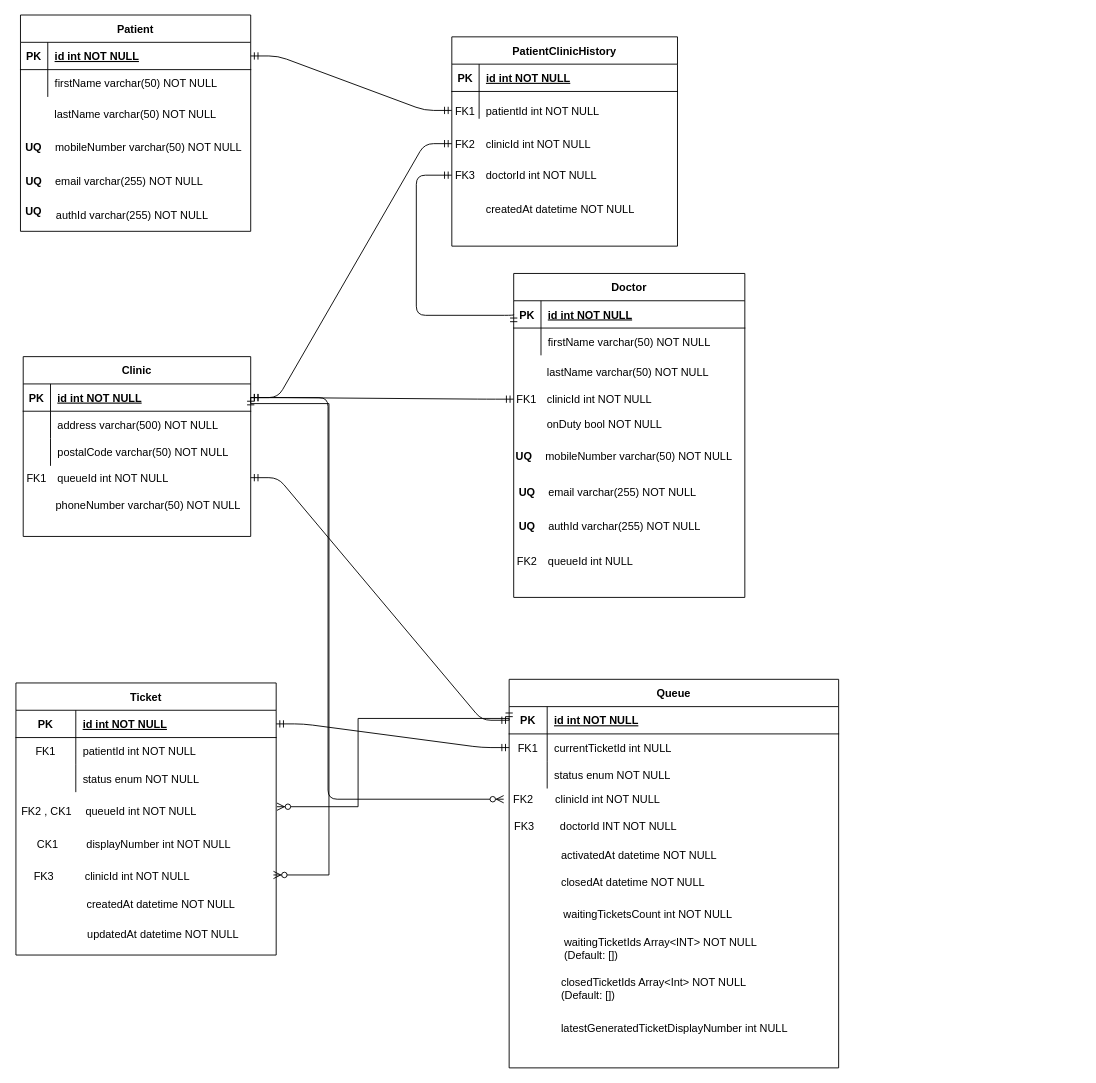
The draw.io diagram models.drawio in weewey/telemed-backend, before the edit. Source tidied: cells renumbered, new cells numbered last; positions are measured from the earlier drawing's top-left corner, leaving out a move shared by most shapes. Both pictures are drawn from the tidied source at 91%, with x=0, y=0 at pixel (15, 15).
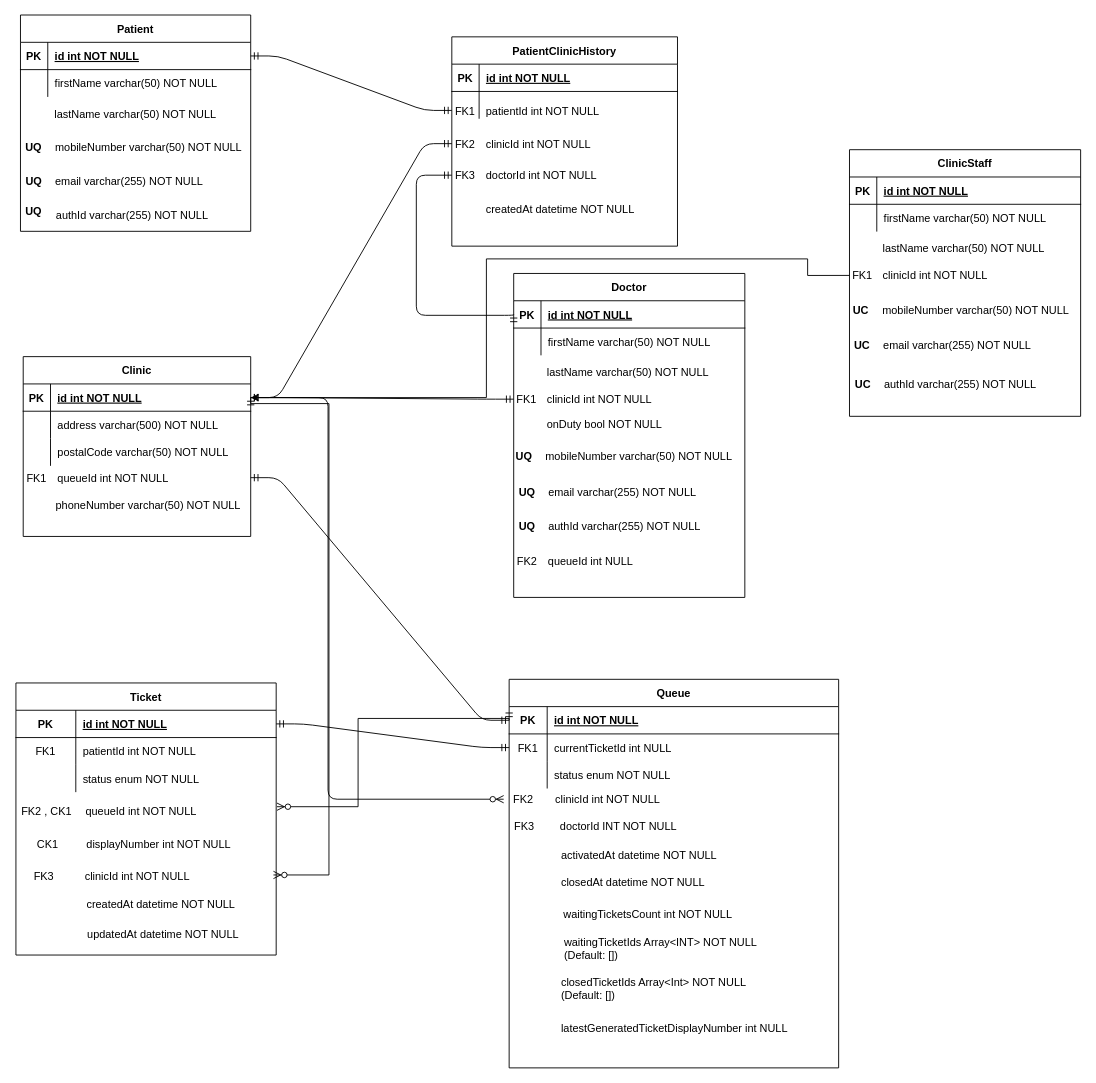
Above is the later version.

Commit message (it also covers changes not shown here):
update models diagram

The change refers to these unchanged cells:
```xml
<mxCell id="32" style="shape=partialRectangle;fillColor=none;points=[[0,0.5],[1,0.5]];portConstraint=eastwest;top=0;left=0;right=0;bottom=1;" parent="31" vertex="1">
  <mxGeometry y="30" width="250" height="30" as="geometry" />
</mxCell>
```

Diff of the diagram source:
```diff
@@
+    <mxCell id="156" style="group;" parent="1" vertex="1">
+      <mxGeometry x="917" y="148" width="255" height="417" as="geometry" />
+    </mxCell>
+    <mxCell id="157" value="ClinicStaff" style="shape=table;startSize=30;childLayout=tableLayout;rowLines=0;fontStyle=1;align=center;" parent="156" vertex="1">
+      <mxGeometry width="254" height="293" as="geometry" />
+    </mxCell>
+    <mxCell id="158" style="shape=partialRectangle;fillColor=none;top=0;left=0;right=0;bottom=1;" parent="157" vertex="1">
+      <mxGeometry y="30" width="254" height="30" as="geometry" />
+    </mxCell>
+    <mxCell id="159" value="PK" style="shape=partialRectangle;overflow=hidden;fillColor=none;top=0;left=0;bottom=0;right=0;fontStyle=1;" parent="158" vertex="1">
+      <mxGeometry width="30" height="30" as="geometry" />
+    </mxCell>
+    <mxCell id="160" value="id int NOT NULL " style="shape=partialRectangle;overflow=hidden;fillColor=none;top=0;left=0;bottom=0;right=0;align=left;spacingLeft=6;fontStyle=5;" parent="158" vertex="1">
+      <mxGeometry x="30" width="224" height="30" as="geometry" />
+    </mxCell>
+    <mxCell id="161" style="shape=partialRectangle;fillColor=none;top=0;left=0;right=0;bottom=0;" parent="157" vertex="1">
+      <mxGeometry y="60" width="254" height="30" as="geometry" />
+    </mxCell>
+    <mxCell id="162" style="shape=partialRectangle;overflow=hidden;fillColor=none;top=0;left=0;bottom=0;right=0;" parent="161" vertex="1">
+      <mxGeometry width="30" height="30" as="geometry" />
+    </mxCell>
+    <mxCell id="163" value="firstName varchar(50) NOT NULL" style="shape=partialRectangle;overflow=hidden;fillColor=none;top=0;left=0;bottom=0;right=0;align=left;spacingLeft=6;" parent="161" vertex="1">
+      <mxGeometry x="30" width="224" height="30" as="geometry" />
+    </mxCell>
+    <mxCell id="164" style="shape=partialRectangle;fillColor=none;top=0;left=0;right=0;bottom=0;" parent="156" vertex="1">
+      <mxGeometry y="202.5" width="250" height="54.7" as="geometry" />
+    </mxCell>
+    <mxCell id="165" style="shape=partialRectangle;overflow=hidden;fillColor=none;top=0;left=0;bottom=0;right=0;" parent="164" vertex="1">
+      <mxGeometry width="30" height="54.7" as="geometry" />
+    </mxCell>
+    <mxCell id="166" value="lastName varchar(50) NOT NULL" style="shape=partialRectangle;overflow=hidden;fillColor=none;top=0;left=0;bottom=0;right=0;align=left;spacingLeft=6;" parent="156" vertex="1">
+      <mxGeometry x="28.8" y="92" width="210.2" height="32.3" as="geometry" />
+    </mxCell>
+    <mxCell id="167" style="shape=partialRectangle;fillColor=none;points=[[0,0.5],[1,0.5]];portConstraint=eastwest;top=0;left=0;right=0;bottom=0;" parent="156" vertex="1">
+      <mxGeometry y="119.3" width="241" height="37.7" as="geometry" />
+    </mxCell>
+    <mxCell id="168" value="FK1" style="shape=partialRectangle;overflow=hidden;fillColor=none;top=0;left=0;bottom=0;right=0;" parent="167" vertex="1">
+      <mxGeometry width="28.9" height="37.7" as="geometry" />
+    </mxCell>
+    <mxCell id="169" value="clinicId int NOT NULL" style="shape=partialRectangle;overflow=hidden;fillColor=none;top=0;left=0;bottom=0;right=0;align=left;spacingLeft=6;" parent="167" vertex="1">
+      <mxGeometry x="28.9" width="212.1" height="37.7" as="geometry" />
+    </mxCell>
+    <mxCell id="170" style="group;" parent="156" vertex="1">
+      <mxGeometry x="-2.3" y="157" width="252.3" height="38" as="geometry" />
+    </mxCell>
+    <mxCell id="171" value="UC" style="shape=partialRectangle;overflow=hidden;fillColor=none;top=0;left=0;bottom=0;right=0;fontStyle=1;" parent="170" vertex="1">
+      <mxGeometry y="3.7" width="30" height="30.5" as="geometry" />
+    </mxCell>
+    <mxCell id="172" value="mobileNumber varchar(50) NOT NULL" style="shape=partialRectangle;overflow=hidden;fillColor=none;top=0;left=0;bottom=0;right=0;align=left;spacingLeft=6;" parent="170" vertex="1">
+      <mxGeometry x="30.7" width="221.6" height="38" as="geometry" />
+    </mxCell>
+    <mxCell id="173" style="group;" parent="156" vertex="1">
+      <mxGeometry x="-1" y="195" width="252" height="40" as="geometry" />
+    </mxCell>
+    <mxCell id="174" value="UC" style="shape=partialRectangle;overflow=hidden;fillColor=none;top=0;left=0;bottom=0;right=0;fontStyle=1;" parent="173" vertex="1">
+      <mxGeometry y="3.9" width="30" height="32.1" as="geometry" />
+    </mxCell>
+    <mxCell id="175" value="email varchar(255) NOT NULL" style="shape=partialRectangle;overflow=hidden;fillColor=none;top=0;left=0;bottom=0;right=0;align=left;spacingLeft=6;" parent="173" vertex="1">
+      <mxGeometry x="30.4" width="221.6" height="40" as="geometry" />
+    </mxCell>
+    <mxCell id="176" style="group;" parent="156" vertex="1">
+      <mxGeometry y="237" width="252" height="39.7" as="geometry" />
+    </mxCell>
+    <mxCell id="177" value="UC" style="shape=partialRectangle;overflow=hidden;fillColor=none;top=0;left=0;bottom=0;right=0;fontStyle=1;" parent="176" vertex="1">
+      <mxGeometry y="3.9" width="30" height="31.9" as="geometry" />
+    </mxCell>
+    <mxCell id="178" value="authId varchar(255) NOT NULL" style="shape=partialRectangle;overflow=hidden;fillColor=none;top=0;left=0;bottom=0;right=0;align=left;spacingLeft=6;" parent="176" vertex="1">
+      <mxGeometry x="30.4" width="221.6" height="39.7" as="geometry" />
+    </mxCell>
+    <mxCell id="179" style="edgeStyle=orthogonalEdgeStyle;rounded=0;jettySize=auto;html=1;entryX=1;entryY=0.5;entryDx=0;entryDy=0;exitX=0;exitY=0.5;exitDx=0;exitDy=0;" parent="1" edge="1" source="167" target="32">
+      <mxGeometry relative="1" as="geometry">
+        <Array as="points">
+          <mxPoint x="871" y="286" />
+          <mxPoint x="871" y="268" />
+          <mxPoint x="518" y="268" />
+          <mxPoint x="518" y="420" />
+        </Array>
+      </mxGeometry>
+    </mxCell>
```
